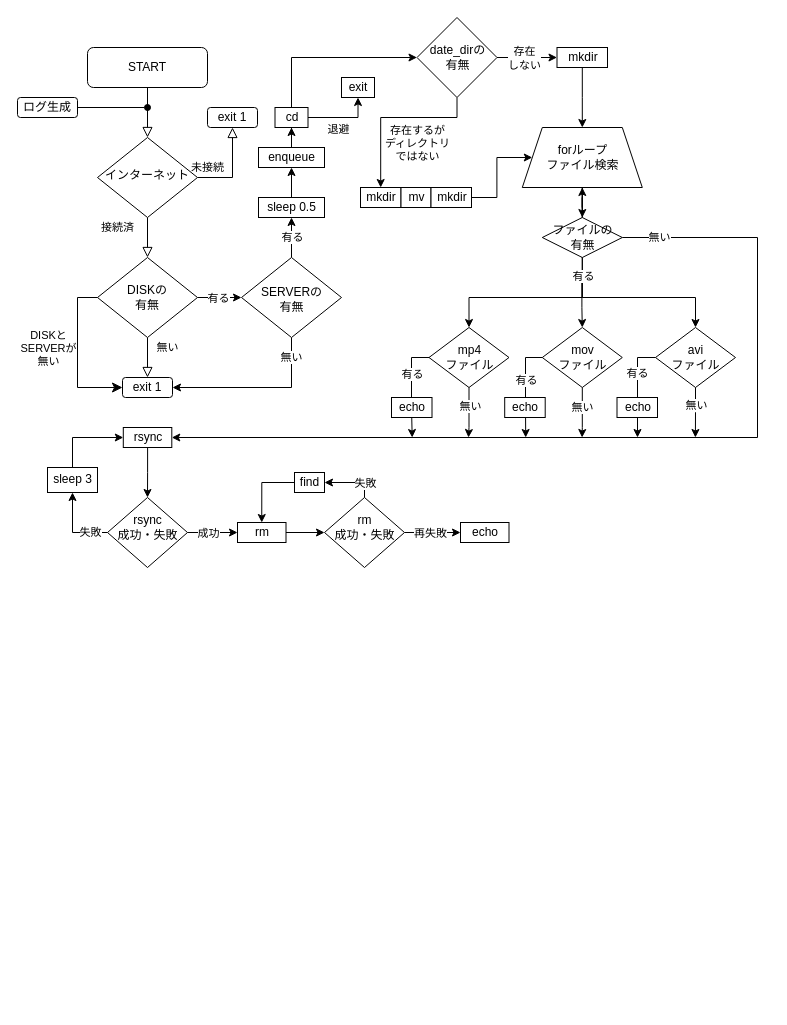
Earlier version of the draw.io diagram ネットワーク構成図/mv_volumes_for_Samba.drawio (virtualitypage/draw.io). Source tidied: cells renumbered, new cells numbered last; positions are measured from the earlier drawing's top-left corner, leaving out a move shared by most shapes. Both pictures are drawn from the tidied source at 100%, with x=0, y=0 at pixel (17, 17).
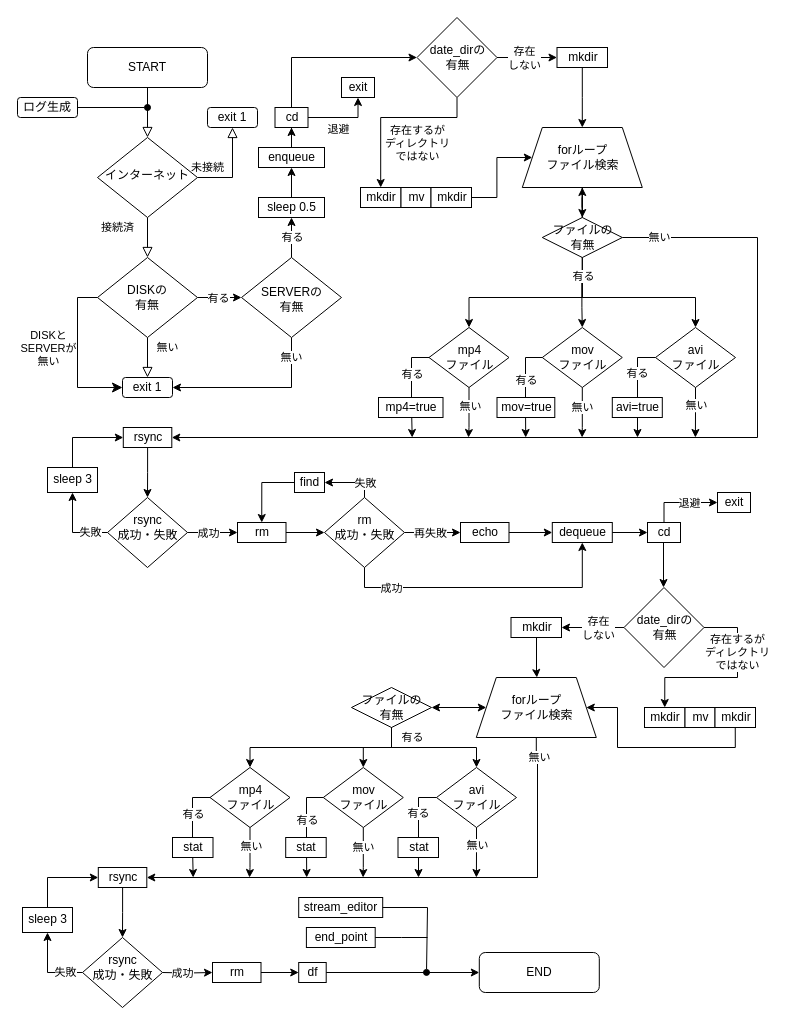
The same diagram, later.

Unchanged cells that the change refers to:
```xml
<mxCell id="82" value="rm&lt;div&gt;成功・失敗&lt;/div&gt;" style="rhombus;whiteSpace=wrap;html=1;shadow=0;strokeWidth=1;spacing=6;spacingTop=-10;spacingLeft=1;" parent="1" vertex="1">
  <mxGeometry x="307" y="480" width="80" height="70" as="geometry" />
</mxCell>
<mxCell id="87" value="echo" style="whiteSpace=wrap;html=1;shadow=0;strokeWidth=1;spacing=6;spacingTop=-1;spacingLeft=1;" parent="1" vertex="1">
  <mxGeometry x="443" y="505" width="48.5" height="20" as="geometry" />
</mxCell>
```

What changed in the source:
```diff
@@
-    <mxCell id="72" value="echo" style="whiteSpace=wrap;html=1;shadow=0;strokeWidth=1;spacing=6;spacingTop=-1;spacingLeft=1;" parent="1" vertex="1">
-      <mxGeometry x="487.2" y="380" width="40.5" height="20" as="geometry" />
+    <mxCell id="72" value="mov=true" style="whiteSpace=wrap;html=1;shadow=0;strokeWidth=1;spacing=6;spacingTop=-1;spacingLeft=1;" parent="1" vertex="1">
+      <mxGeometry x="479.5" y="380" width="57.8" height="20" as="geometry" />
     </mxCell>
-    <mxCell id="73" value="echo" style="whiteSpace=wrap;html=1;shadow=0;strokeWidth=1;spacing=6;spacingTop=-1;spacingLeft=1;" parent="1" vertex="1">
-      <mxGeometry x="599.5" y="380" width="40.5" height="20" as="geometry" />
+    <mxCell id="73" value="avi=true" style="whiteSpace=wrap;html=1;shadow=0;strokeWidth=1;spacing=6;spacingTop=-1;spacingLeft=1;" parent="1" vertex="1">
+      <mxGeometry x="594.8" y="380" width="50" height="20" as="geometry" />
     </mxCell>
-    <mxCell id="74" value="echo" style="whiteSpace=wrap;html=1;shadow=0;strokeWidth=1;spacing=6;spacingTop=-1;spacingLeft=1;" parent="1" vertex="1">
-      <mxGeometry x="374" y="380" width="40.5" height="20" as="geometry" />
+    <mxCell id="74" value="mp4=true" style="whiteSpace=wrap;html=1;shadow=0;strokeWidth=1;spacing=6;spacingTop=-1;spacingLeft=1;" parent="1" vertex="1">
+      <mxGeometry x="361" y="380" width="64.5" height="20" as="geometry" />
     </mxCell>
@@
+    <mxCell id="88" value="dequeue" style="whiteSpace=wrap;html=1;shadow=0;strokeWidth=1;spacing=6;spacingTop=-1;spacingLeft=1;" parent="1" vertex="1">
+      <mxGeometry x="534.8" y="505" width="60" height="20" as="geometry" />
+    </mxCell>
+    <mxCell id="89" style="edgeStyle=orthogonalEdgeStyle;rounded=0;jettySize=auto;html=1;entryX=0.5;entryY=1;entryDx=0;entryDy=0;exitX=0.5;exitY=1;exitDx=0;exitDy=0;" parent="1" edge="1" source="82" target="88">
+      <mxGeometry relative="1" as="geometry">
+        <Array as="points">
+          <mxPoint x="347" y="570" />
+          <mxPoint x="565" y="570" />
+        </Array>
+      </mxGeometry>
+    </mxCell>
+    <mxCell id="90" value="成功" style="edgeLabel;html=1;align=center;verticalAlign=middle;" parent="89" vertex="1">
+      <mxGeometry x="-0.51" relative="1" as="geometry">
+        <mxPoint x="-23" as="offset" />
+      </mxGeometry>
+    </mxCell>
+    <mxCell id="91" style="edgeStyle=orthogonalEdgeStyle;rounded=0;jettySize=auto;html=1;entryX=0;entryY=0.5;entryDx=0;entryDy=0;exitX=1;exitY=0.5;exitDx=0;exitDy=0;" parent="1" edge="1" source="87" target="88">
+      <mxGeometry relative="1" as="geometry" />
+    </mxCell>
+    <mxCell id="92" value="cd" style="whiteSpace=wrap;html=1;shadow=0;strokeWidth=1;spacing=6;spacingTop=-1;spacingLeft=1;verticalAlign=middle;" parent="1" vertex="1">
+      <mxGeometry x="630" y="505" width="33" height="20" as="geometry" />
+    </mxCell>
+    <mxCell id="93" value="exit" style="whiteSpace=wrap;html=1;shadow=0;strokeWidth=1;spacing=6;spacingTop=-1;spacingLeft=1;verticalAlign=middle;" parent="1" vertex="1">
+      <mxGeometry x="700" y="475" width="33" height="20" as="geometry" />
+    </mxCell>
+    <mxCell id="94" style="edgeStyle=orthogonalEdgeStyle;rounded=0;jettySize=auto;html=1;entryX=0;entryY=0.5;entryDx=0;entryDy=0;exitX=0.5;exitY=0;exitDx=0;exitDy=0;" parent="1" edge="1" source="92" target="93">
+      <mxGeometry relative="1" as="geometry">
+        <Array as="points">
+          <mxPoint x="647" y="485" />
+        </Array>
+      </mxGeometry>
+    </mxCell>
+    <mxCell id="95" value="退避" style="edgeLabel;html=1;align=center;verticalAlign=middle;" parent="94" vertex="1">
+      <mxGeometry x="-0.36" y="-1" relative="1" as="geometry">
+        <mxPoint x="21" y="-1" as="offset" />
+      </mxGeometry>
+    </mxCell>
+    <mxCell id="96" style="edgeStyle=orthogonalEdgeStyle;rounded=0;jettySize=auto;html=1;entryX=0;entryY=0.5;entryDx=0;entryDy=0;exitX=1;exitY=0.5;exitDx=0;exitDy=0;" parent="1" edge="1" source="88" target="92">
+      <mxGeometry relative="1" as="geometry" />
+    </mxCell>
+    <mxCell id="97" style="edgeStyle=orthogonalEdgeStyle;rounded=0;jettySize=auto;html=1;entryX=1;entryY=0.5;entryDx=0;entryDy=0;" parent="1" edge="1" source="99" target="100">
+      <mxGeometry relative="1" as="geometry" />
+    </mxCell>
+    <mxCell id="98" value="存在&lt;div&gt;しない&lt;/div&gt;" style="edgeLabel;html=1;align=center;verticalAlign=middle;" parent="97" vertex="1">
+      <mxGeometry x="-0.51" y="-1" relative="1" as="geometry">
+        <mxPoint x="-11" y="1" as="offset" />
+      </mxGeometry>
+    </mxCell>
+    <mxCell id="99" value="date_dirの&lt;div&gt;有無&lt;/div&gt;" style="rhombus;whiteSpace=wrap;html=1;shadow=0;strokeWidth=1;spacing=6;spacingTop=-1;spacingLeft=1;" parent="1" vertex="1">
+      <mxGeometry x="606.5" y="570" width="80" height="80" as="geometry" />
+    </mxCell>
+    <mxCell id="100" value="mkdir" style="whiteSpace=wrap;html=1;shadow=0;strokeWidth=1;spacing=6;spacingTop=-1;spacingLeft=1;" parent="1" vertex="1">
+      <mxGeometry x="493.5" y="600" width="50.5" height="20" as="geometry" />
+    </mxCell>
+    <mxCell id="101" value="mkdir" style="whiteSpace=wrap;html=1;shadow=0;strokeWidth=1;spacing=6;spacingTop=-1;spacingLeft=1;" parent="1" vertex="1">
+      <mxGeometry x="627" y="690" width="40.5" height="20" as="geometry" />
+    </mxCell>
+    <mxCell id="102" value="mv" style="whiteSpace=wrap;html=1;shadow=0;strokeWidth=1;spacing=6;spacingTop=-1;spacingLeft=1;align=center;" parent="1" vertex="1">
+      <mxGeometry x="667.5" y="690" width="30" height="20" as="geometry" />
+    </mxCell>
+    <mxCell id="103" value="mkdir" style="whiteSpace=wrap;html=1;shadow=0;strokeWidth=1;spacing=6;spacingTop=-1;spacingLeft=1;" parent="1" vertex="1">
+      <mxGeometry x="697.5" y="690" width="40.5" height="20" as="geometry" />
+    </mxCell>
+    <mxCell id="104" value="&lt;div&gt;&lt;br&gt;&lt;/div&gt;" style="edgeLabel;html=1;align=center;verticalAlign=middle;" parent="1" vertex="1">
+      <mxGeometry x="521.8" y="739.3" as="geometry" />
+    </mxCell>
+    <mxCell id="105" value="forループ&lt;div&gt;ファイル検索&lt;/div&gt;" style="shape=trapezoid;perimeter=trapezoidPerimeter;whiteSpace=wrap;html=1;fixedSize=1;shadow=0;strokeWidth=1;spacing=6;spacingTop=-1;spacingLeft=1;" parent="1" vertex="1">
+      <mxGeometry x="458.8" y="660" width="120" height="60" as="geometry" />
+    </mxCell>
+    <mxCell id="106" style="edgeStyle=orthogonalEdgeStyle;rounded=0;jettySize=auto;html=1;exitX=0;exitY=0.5;exitDx=0;exitDy=0;startArrow=classic;startFill=1;" parent="1" edge="1" source="105" target="107">
+      <mxGeometry relative="1" as="geometry" />
+    </mxCell>
+    <mxCell id="107" value="ファイルの&lt;div&gt;有無&lt;/div&gt;" style="rhombus;whiteSpace=wrap;html=1;shadow=0;strokeWidth=1;spacing=6;spacingTop=-1;spacingLeft=1;" parent="1" vertex="1">
+      <mxGeometry x="334" y="670" width="80" height="40" as="geometry" />
+    </mxCell>
+    <mxCell id="108" value="有る" style="edgeLabel;html=1;align=center;verticalAlign=middle;" parent="1" vertex="1">
+      <mxGeometry x="439.5" y="700" as="geometry">
+        <mxPoint x="-45" y="19" as="offset" />
+      </mxGeometry>
+    </mxCell>
+    <mxCell id="109" style="edgeStyle=orthogonalEdgeStyle;rounded=0;jettySize=auto;html=1;" parent="1" edge="1" source="92">
+      <mxGeometry relative="1" as="geometry">
+        <mxPoint x="646" y="570" as="targetPoint" />
+        <Array as="points">
+          <mxPoint x="647" y="565" />
+        </Array>
+      </mxGeometry>
+    </mxCell>
+    <mxCell id="110" style="edgeStyle=orthogonalEdgeStyle;rounded=0;jettySize=auto;html=1;entryX=0.5;entryY=0;entryDx=0;entryDy=0;exitX=1;exitY=0.5;exitDx=0;exitDy=0;" parent="1" edge="1" source="99" target="101">
+      <mxGeometry relative="1" as="geometry">
+        <Array as="points">
+          <mxPoint x="720" y="610" />
+          <mxPoint x="720" y="660" />
+          <mxPoint x="647" y="660" />
+        </Array>
+      </mxGeometry>
+    </mxCell>
+    <mxCell id="111" value="存在するが&lt;div&gt;ディレクトリ&lt;/div&gt;&lt;div&gt;ではない&lt;/div&gt;" style="edgeLabel;html=1;align=center;verticalAlign=middle;" parent="110" vertex="1">
+      <mxGeometry x="-0.36" y="-1" relative="1" as="geometry">
+        <mxPoint y="-2" as="offset" />
+      </mxGeometry>
+    </mxCell>
+    <mxCell id="112" style="edgeStyle=orthogonalEdgeStyle;rounded=0;orthogonalLoop=1;jettySize=auto;html=1;" parent="1" edge="1">
+      <mxGeometry relative="1" as="geometry">
+        <mxPoint x="519" y="620" as="sourcePoint" />
+        <mxPoint x="519.4" y="660" as="targetPoint" />
+        <Array as="points">
+          <mxPoint x="519" y="655" />
+          <mxPoint x="519" y="660" />
+        </Array>
+      </mxGeometry>
+    </mxCell>
+    <mxCell id="113" style="edgeStyle=orthogonalEdgeStyle;rounded=0;jettySize=auto;html=1;entryX=1;entryY=0.5;entryDx=0;entryDy=0;exitX=0.5;exitY=1;exitDx=0;exitDy=0;" parent="1" edge="1" source="103" target="105">
+      <mxGeometry relative="1" as="geometry">
+        <Array as="points">
+          <mxPoint x="718" y="730" />
+          <mxPoint x="600" y="730" />
+          <mxPoint x="600" y="690" />
+        </Array>
+      </mxGeometry>
+    </mxCell>
+    <mxCell id="114" value="mp4&lt;div&gt;ファイル&lt;/div&gt;" style="rhombus;whiteSpace=wrap;html=1;shadow=0;strokeWidth=1;spacing=6;spacingTop=-1;spacingLeft=1;" parent="1" vertex="1">
+      <mxGeometry x="192.5" y="750" width="80" height="60" as="geometry" />
+    </mxCell>
+    <mxCell id="115" value="mov&lt;div&gt;ファイル&lt;/div&gt;" style="rhombus;whiteSpace=wrap;html=1;shadow=0;strokeWidth=1;spacing=6;spacingTop=-1;spacingLeft=1;" parent="1" vertex="1">
+      <mxGeometry x="305.8" y="750" width="80" height="60" as="geometry" />
+    </mxCell>
+    <mxCell id="116" value="avi&lt;div&gt;ファイル&lt;/div&gt;" style="rhombus;whiteSpace=wrap;html=1;shadow=0;strokeWidth=1;spacing=6;spacingTop=-1;spacingLeft=1;" parent="1" vertex="1">
+      <mxGeometry x="419" y="750" width="80" height="60" as="geometry" />
+    </mxCell>
+    <mxCell id="117" style="edgeStyle=orthogonalEdgeStyle;rounded=0;jettySize=auto;html=1;entryX=0.5;entryY=0;entryDx=0;entryDy=0;exitX=0.5;exitY=1;exitDx=0;exitDy=0;" parent="1" edge="1" source="107" target="115">
+      <mxGeometry relative="1" as="geometry" />
+    </mxCell>
+    <mxCell id="118" style="edgeStyle=orthogonalEdgeStyle;rounded=0;jettySize=auto;html=1;exitX=0.5;exitY=1;exitDx=0;exitDy=0;" parent="1" edge="1" source="114">
+      <mxGeometry relative="1" as="geometry">
+        <mxPoint x="232" y="860" as="targetPoint" />
+        <Array as="points">
+          <mxPoint x="232" y="850" />
+          <mxPoint x="232" y="850" />
+        </Array>
+      </mxGeometry>
+    </mxCell>
+    <mxCell id="119" value="無い" style="edgeLabel;html=1;align=center;verticalAlign=middle;" parent="118" vertex="1">
+      <mxGeometry x="-0.3" y="1" relative="1" as="geometry" />
+    </mxCell>
+    <mxCell id="120" style="edgeStyle=orthogonalEdgeStyle;rounded=0;jettySize=auto;html=1;exitX=0.5;exitY=1;exitDx=0;exitDy=0;" parent="1" edge="1" source="115">
+      <mxGeometry relative="1" as="geometry">
+        <mxPoint x="345.6" y="860" as="targetPoint" />
+        <Array as="points">
+          <mxPoint x="346" y="850" />
+        </Array>
+      </mxGeometry>
+    </mxCell>
+    <mxCell id="121" value="無い" style="edgeLabel;html=1;align=center;verticalAlign=middle;" parent="120" vertex="1">
+      <mxGeometry x="-0.23" relative="1" as="geometry" />
+    </mxCell>
+    <mxCell id="122" style="edgeStyle=orthogonalEdgeStyle;rounded=0;jettySize=auto;html=1;exitX=0.5;exitY=1;exitDx=0;exitDy=0;" parent="1" edge="1" source="116">
+      <mxGeometry relative="1" as="geometry">
+        <mxPoint x="458.9" y="860" as="targetPoint" />
+      </mxGeometry>
+    </mxCell>
+    <mxCell id="123" value="無い" style="edgeLabel;html=1;align=center;verticalAlign=middle;" parent="122" vertex="1">
+      <mxGeometry x="-0.32" relative="1" as="geometry" />
+    </mxCell>
+    <mxCell id="124" style="edgeStyle=orthogonalEdgeStyle;rounded=0;jettySize=auto;html=1;entryX=0.5;entryY=0;entryDx=0;entryDy=0;exitX=0;exitY=0.5;exitDx=0;exitDy=0;" parent="1" edge="1" source="115">
+      <mxGeometry relative="1" as="geometry">
+        <mxPoint x="289.2" y="860" as="targetPoint" />
+        <Array as="points">
+          <mxPoint x="289" y="780" />
+          <mxPoint x="289" y="830" />
+          <mxPoint x="289" y="830" />
+        </Array>
+      </mxGeometry>
+    </mxCell>
+    <mxCell id="125" value="有る" style="edgeLabel;html=1;align=center;verticalAlign=middle;" parent="124" vertex="1">
+      <mxGeometry x="-0.19" relative="1" as="geometry" />
+    </mxCell>
+    <mxCell id="126" style="edgeStyle=orthogonalEdgeStyle;rounded=0;jettySize=auto;html=1;exitX=0;exitY=0.5;exitDx=0;exitDy=0;" parent="1" edge="1" source="116">
+      <mxGeometry relative="1" as="geometry">
+        <mxPoint x="401" y="860" as="targetPoint" />
+        <Array as="points">
+          <mxPoint x="401" y="780" />
+        </Array>
+      </mxGeometry>
+    </mxCell>
+    <mxCell id="127" value="有る" style="edgeLabel;html=1;align=center;verticalAlign=middle;" parent="126" vertex="1">
+      <mxGeometry x="-0.33" y="-1" relative="1" as="geometry" />
+    </mxCell>
+    <mxCell id="128" style="edgeStyle=orthogonalEdgeStyle;rounded=0;jettySize=auto;html=1;entryX=0.5;entryY=0;entryDx=0;entryDy=0;exitX=0;exitY=0.5;exitDx=0;exitDy=0;" parent="1" edge="1" source="114">
+      <mxGeometry relative="1" as="geometry">
+        <mxPoint x="175.7" y="860" as="targetPoint" />
+        <Array as="points">
+          <mxPoint x="175" y="780" />
+          <mxPoint x="175" y="830" />
+        </Array>
+      </mxGeometry>
+    </mxCell>
+    <mxCell id="129" value="有る" style="edgeLabel;html=1;align=center;verticalAlign=middle;" parent="128" vertex="1">
+      <mxGeometry x="-0.3" relative="1" as="geometry" />
+    </mxCell>
+    <mxCell id="130" value="stat" style="whiteSpace=wrap;html=1;shadow=0;strokeWidth=1;spacing=6;spacingTop=-1;spacingLeft=1;" parent="1" vertex="1">
+      <mxGeometry x="268.2" y="820" width="40.5" height="20" as="geometry" />
+    </mxCell>
+    <mxCell id="131" value="stat" style="whiteSpace=wrap;html=1;shadow=0;strokeWidth=1;spacing=6;spacingTop=-1;spacingLeft=1;" parent="1" vertex="1">
+      <mxGeometry x="380.5" y="820" width="40.5" height="20" as="geometry" />
+    </mxCell>
+    <mxCell id="132" value="stat" style="whiteSpace=wrap;html=1;shadow=0;strokeWidth=1;spacing=6;spacingTop=-1;spacingLeft=1;" parent="1" vertex="1">
+      <mxGeometry x="155" y="820" width="40.5" height="20" as="geometry" />
+    </mxCell>
+    <mxCell id="133" style="edgeStyle=orthogonalEdgeStyle;rounded=0;jettySize=auto;html=1;entryX=0.5;entryY=0;entryDx=0;entryDy=0;exitX=0.5;exitY=1;exitDx=0;exitDy=0;" parent="1" edge="1" source="107" target="114">
+      <mxGeometry relative="1" as="geometry" />
+    </mxCell>
+    <mxCell id="134" style="edgeStyle=orthogonalEdgeStyle;rounded=0;jettySize=auto;html=1;entryX=0.5;entryY=0;entryDx=0;entryDy=0;exitX=0.5;exitY=1;exitDx=0;exitDy=0;" parent="1" edge="1" source="107" target="116">
+      <mxGeometry relative="1" as="geometry" />
+    </mxCell>
+    <mxCell id="135" style="edgeStyle=orthogonalEdgeStyle;rounded=0;jettySize=auto;html=1;exitX=0.5;exitY=1;exitDx=0;exitDy=0;entryX=1;entryY=0.5;entryDx=0;entryDy=0;" parent="1" edge="1" source="105" target="138">
+      <mxGeometry relative="1" as="geometry">
+        <Array as="points">
+          <mxPoint x="519" y="739" />
+          <mxPoint x="520" y="739" />
+          <mxPoint x="520" y="860" />
+        </Array>
+      </mxGeometry>
+    </mxCell>
+    <mxCell id="136" value="無い" style="edgeLabel;html=1;align=center;verticalAlign=middle;" parent="135" vertex="1">
+      <mxGeometry x="-0.92" y="1" relative="1" as="geometry" />
+    </mxCell>
+    <mxCell id="137" style="edgeStyle=orthogonalEdgeStyle;rounded=0;jettySize=auto;html=1;" parent="1" edge="1" source="138" target="141">
+      <mxGeometry relative="1" as="geometry" />
+    </mxCell>
+    <mxCell id="138" value="rsync" style="whiteSpace=wrap;html=1;shadow=0;strokeWidth=1;spacing=6;spacingTop=-1;spacingLeft=1;" parent="1" vertex="1">
+      <mxGeometry x="80.8" y="850" width="48.5" height="20" as="geometry" />
+    </mxCell>
+    <mxCell id="139" style="edgeStyle=orthogonalEdgeStyle;rounded=0;jettySize=auto;html=1;" parent="1" edge="1" source="141" target="142">
+      <mxGeometry relative="1" as="geometry" />
+    </mxCell>
+    <mxCell id="140" value="失敗" style="edgeLabel;html=1;align=center;verticalAlign=middle;" parent="139" vertex="1">
+      <mxGeometry x="-0.51" y="-1" relative="1" as="geometry" />
+    </mxCell>
+    <mxCell id="141" value="rsync&lt;div&gt;成功・失敗&lt;/div&gt;" style="rhombus;whiteSpace=wrap;html=1;shadow=0;strokeWidth=1;spacing=6;spacingTop=-10;spacingLeft=1;" parent="1" vertex="1">
+      <mxGeometry x="65" y="920" width="80" height="70" as="geometry" />
+    </mxCell>
+    <mxCell id="142" value="sleep 3" style="whiteSpace=wrap;html=1;shadow=0;strokeWidth=1;spacing=6;spacingTop=-1;spacingLeft=1;" parent="1" vertex="1">
+      <mxGeometry x="5" y="890" width="50" height="25" as="geometry" />
+    </mxCell>
+    <mxCell id="143" style="edgeStyle=orthogonalEdgeStyle;rounded=0;jettySize=auto;html=1;entryX=0;entryY=0.5;entryDx=0;entryDy=0;" parent="1" edge="1" target="138">
+      <mxGeometry relative="1" as="geometry">
+        <mxPoint x="30" y="890" as="sourcePoint" />
+        <Array as="points">
+          <mxPoint x="30" y="860" />
+        </Array>
+      </mxGeometry>
+    </mxCell>
+    <mxCell id="144" style="edgeStyle=orthogonalEdgeStyle;rounded=0;jettySize=auto;html=1;exitX=1;exitY=0.5;exitDx=0;exitDy=0;entryX=0;entryY=0.5;entryDx=0;entryDy=0;" parent="1" edge="1" target="147">
+      <mxGeometry relative="1" as="geometry">
+        <mxPoint x="145" y="955" as="sourcePoint" />
+      </mxGeometry>
+    </mxCell>
+    <mxCell id="145" value="成功" style="edgeLabel;html=1;align=center;verticalAlign=middle;" parent="144" vertex="1">
+      <mxGeometry x="-0.21" relative="1" as="geometry" />
+    </mxCell>
+    <mxCell id="146" style="edgeStyle=orthogonalEdgeStyle;rounded=0;jettySize=auto;html=1;entryX=0;entryY=0.5;entryDx=0;entryDy=0;" parent="1" edge="1" source="147" target="148">
+      <mxGeometry relative="1" as="geometry" />
+    </mxCell>
+    <mxCell id="147" value="rm" style="whiteSpace=wrap;html=1;shadow=0;strokeWidth=1;spacing=6;spacingTop=-1;spacingLeft=1;" parent="1" vertex="1">
+      <mxGeometry x="195" y="945" width="48.5" height="20" as="geometry" />
+    </mxCell>
+    <mxCell id="148" value="df" style="whiteSpace=wrap;html=1;shadow=0;strokeWidth=1;spacing=6;spacingTop=-1;spacingLeft=1;" parent="1" vertex="1">
+      <mxGeometry x="281.2" y="945" width="27.5" height="20" as="geometry" />
+    </mxCell>
+    <mxCell id="149" style="edgeStyle=orthogonalEdgeStyle;rounded=0;jettySize=auto;html=1;exitX=1;exitY=0.5;exitDx=0;exitDy=0;entryX=0;entryY=0.5;entryDx=0;entryDy=0;" parent="1" edge="1" source="148" target="154">
+      <mxGeometry relative="1" as="geometry" />
+    </mxCell>
+    <mxCell id="150" value="stream_editor" style="whiteSpace=wrap;html=1;shadow=0;strokeWidth=1;spacing=6;spacingTop=-1;spacingLeft=1;" parent="1" vertex="1">
+      <mxGeometry x="281.2" y="880" width="84" height="20" as="geometry" />
+    </mxCell>
+    <mxCell id="151" value="end_point" style="whiteSpace=wrap;html=1;shadow=0;strokeWidth=1;spacing=6;spacingTop=-1;spacingLeft=1;" parent="1" vertex="1">
+      <mxGeometry x="288.9" y="910" width="68.8" height="20" as="geometry" />
+    </mxCell>
+    <mxCell id="152" style="edgeStyle=orthogonalEdgeStyle;rounded=0;jettySize=auto;html=1;endArrow=oval;endFill=1;exitX=1;exitY=0.5;exitDx=0;exitDy=0;" parent="1" edge="1" source="150">
+      <mxGeometry relative="1" as="geometry">
+        <mxPoint x="409" y="954.9" as="targetPoint" />
+        <Array as="points">
+          <mxPoint x="410" y="890" />
+          <mxPoint x="410" y="955" />
+        </Array>
+      </mxGeometry>
+    </mxCell>
+    <mxCell id="153" style="edgeStyle=orthogonalEdgeStyle;rounded=0;jettySize=auto;html=1;endArrow=none;endFill=0;exitX=1;exitY=0.5;exitDx=0;exitDy=0;" parent="1" edge="1" source="151">
+      <mxGeometry relative="1" as="geometry">
+        <mxPoint x="410" y="920" as="targetPoint" />
+      </mxGeometry>
+    </mxCell>
+    <mxCell id="154" value="END" style="rounded=1;whiteSpace=wrap;html=1;fontSize=12;glass=0;strokeWidth=1;shadow=0;" parent="1" vertex="1">
+      <mxGeometry x="461.8" y="935" width="120" height="40" as="geometry" />
+    </mxCell>
```
